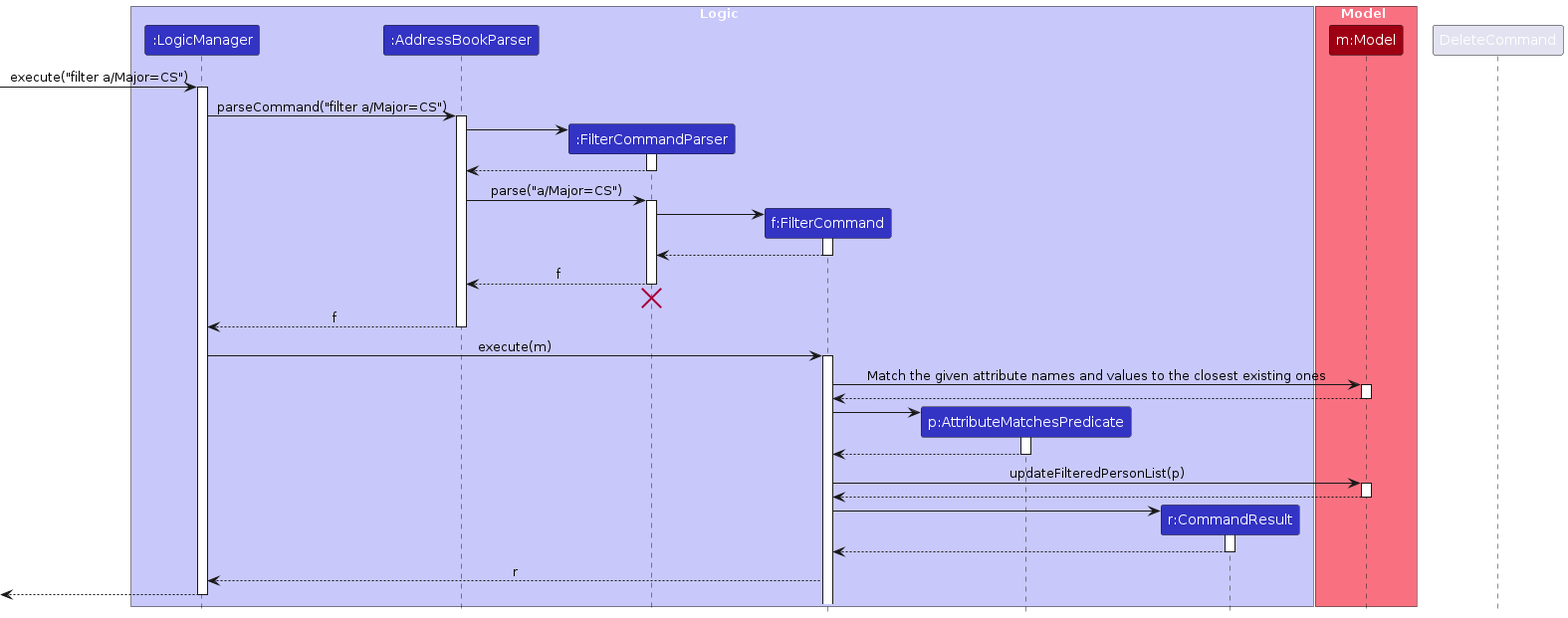
AY2425S2-CS2103T-T10-1/tp keeps this PlantUML diagram as diagrams/FilterSequenceDiagram.png. Above is the earlier version. Its source is kept beside it as diagrams/FilterSequenceDiagram.puml. Source of this version:
```plantuml
@startuml
!include style.puml
skinparam ArrowFontStyle plain

box Logic LOGIC_COLOR_T1
participant ":LogicManager" as LogicManager LOGIC_COLOR
participant ":AddressBookParser" as AddressBookParser LOGIC_COLOR
participant ":FilterCommandParser" as FilterCommandParser LOGIC_COLOR
participant "f:FilterCommand" as FilterCommand LOGIC_COLOR
participant "p:AttributeMatchesPredicate" as AttributeMatchesPredicate LOGIC_COLOR
participant "r:CommandResult" as CommandResult LOGIC_COLOR
end box

box Model MODEL_COLOR_T1
participant "m:Model" as Model MODEL_COLOR
end box

[-> LogicManager : execute("filter a/Major=CS")
activate LogicManager

LogicManager -> AddressBookParser : parseCommand("filter a/Major=CS")
activate AddressBookParser

create FilterCommandParser
AddressBookParser -> FilterCommandParser
activate FilterCommandParser

FilterCommandParser --> AddressBookParser
deactivate FilterCommandParser

AddressBookParser -> FilterCommandParser : parse("a/Major=CS")
activate FilterCommandParser

create FilterCommand
FilterCommandParser -> FilterCommand
activate FilterCommand

FilterCommand --> FilterCommandParser :
deactivate FilterCommand

FilterCommandParser --> AddressBookParser : f
deactivate FilterCommandParser
FilterCommandParser -[hidden]-> AddressBookParser
destroy FilterCommandParser

AddressBookParser --> LogicManager : f
deactivate AddressBookParser

LogicManager -> FilterCommand : execute(m)
activate FilterCommand

FilterCommand -> Model : Match the given attribute names and values to the closest existing ones
activate Model

Model --> FilterCommand
deactivate Model

create AttributeMatchesPredicate
FilterCommand -> AttributeMatchesPredicate
activate AttributeMatchesPredicate

AttributeMatchesPredicate --> FilterCommand
deactivate AttributeMatchesPredicate

FilterCommand -> Model : updateFilteredPersonList(p)
activate Model

Model --> FilterCommand
deactivate Model

create CommandResult
FilterCommand -> CommandResult
activate CommandResult

CommandResult --> FilterCommand
deactivate CommandResult

FilterCommand --> LogicManager : r
deactivate DeleteCommand

[<--LogicManager
deactivate LogicManager
@enduml
```
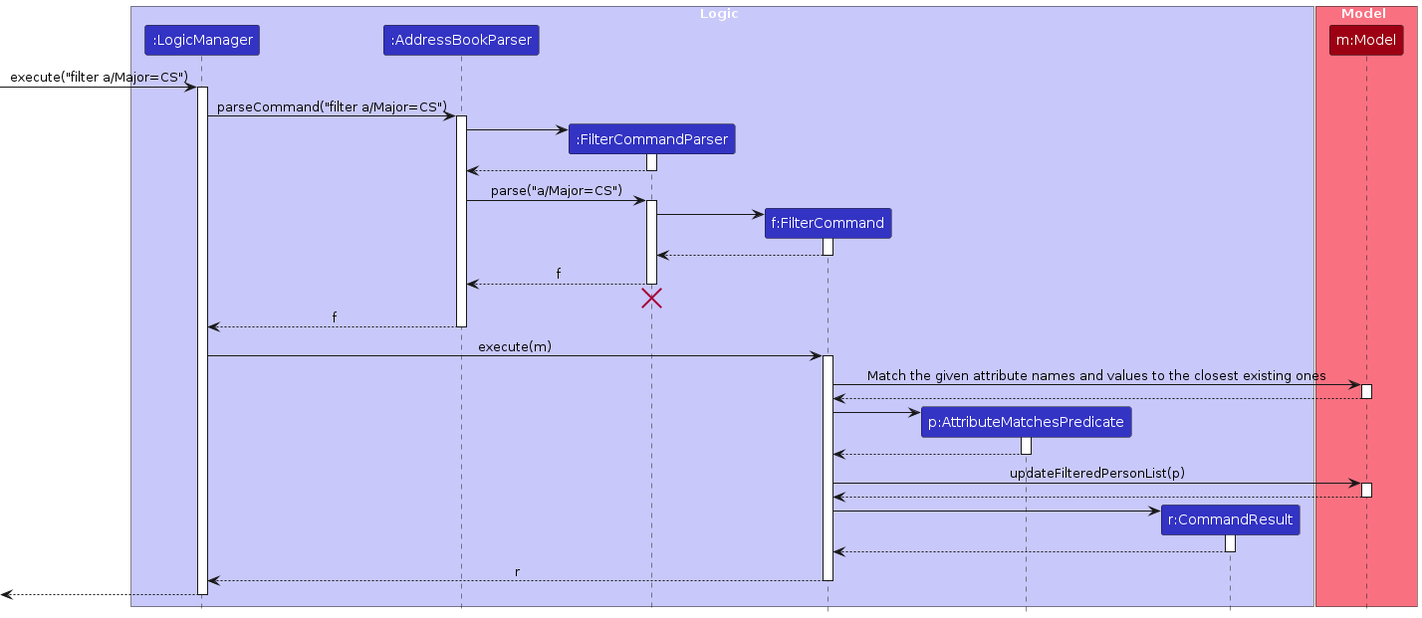
Above is the later version.

What changed in the source:
```diff
@@ -76,7 +76,7 @@
 deactivate CommandResult
 
 FilterCommand --> LogicManager : r
-deactivate DeleteCommand
+deactivate FilterCommand
 
 [<--LogicManager
 deactivate LogicManager
```
